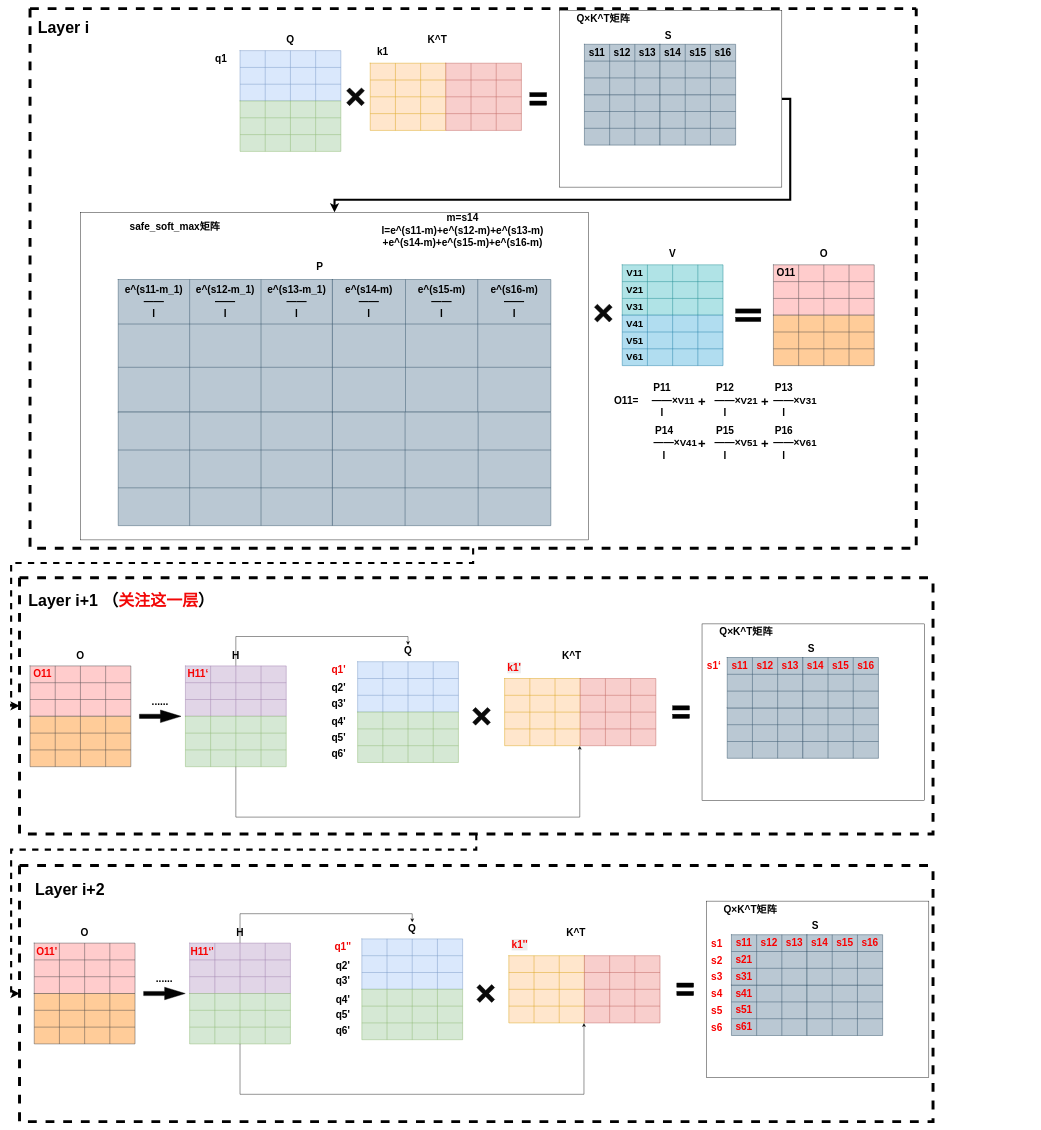
This is drawio_images/qkv.drawio from zty-king/zty-king, a draw.io file, before an edit. Source tidied: cells renumbered, new cells numbered last; positions are measured from the earlier drawing's top-left corner, leaving out a move shared by most shapes. Both pictures are drawn from the tidied source at 42%, with x=0, y=0 at pixel (19, 8).
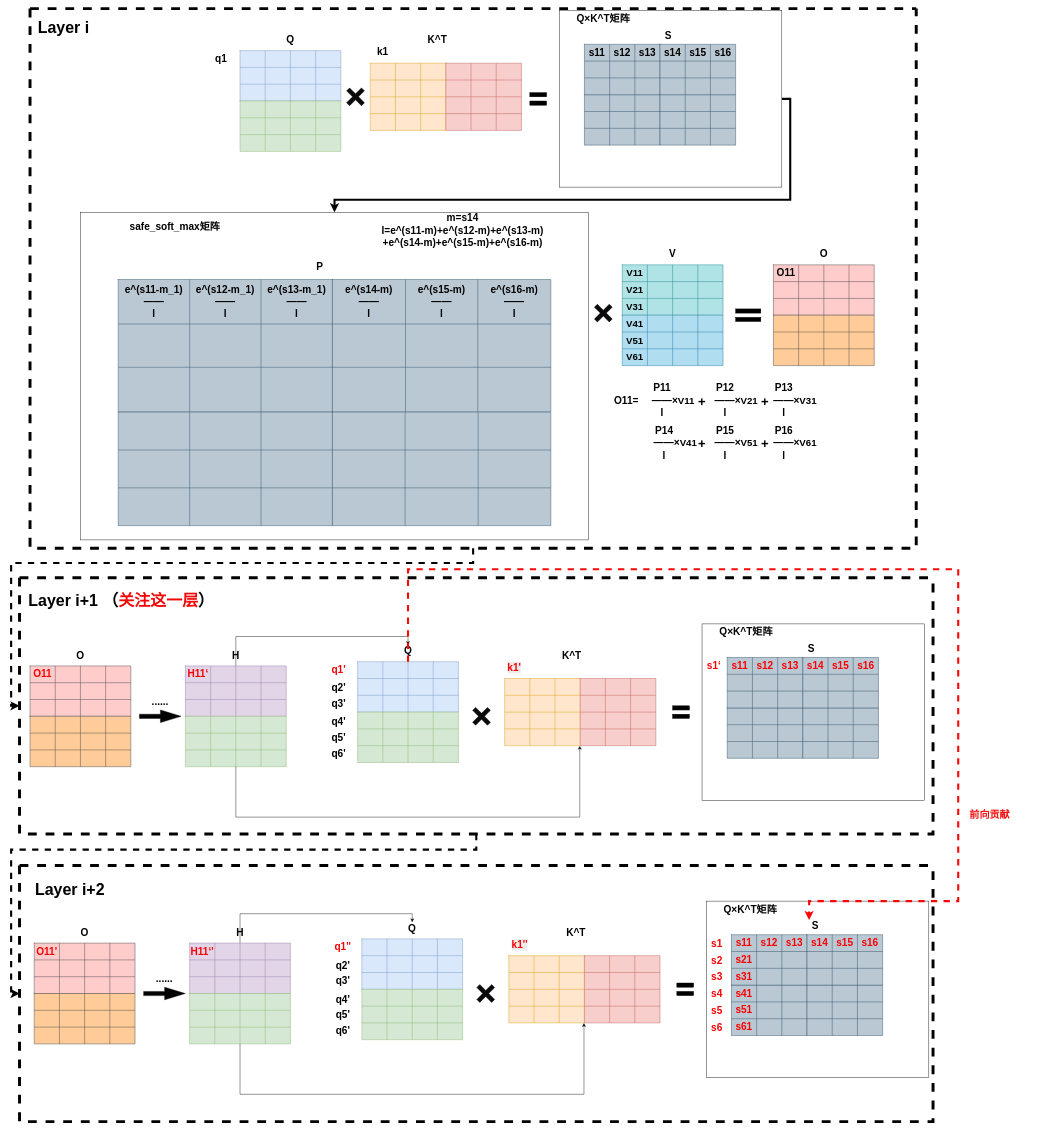
Above is the later version.

Unchanged cells that the change refers to:
```xml
<mxCell id="359" style="shape=tableRow;horizontal=0;startSize=0;swimlaneHead=0;swimlaneBody=0;strokeColor=inherit;top=0;left=0;bottom=0;right=0;fillColor=none;points=[[0,0.5],[1,0.5]];portConstraint=eastwest;fontSize=22;fontStyle=1;" parent="358" vertex="1">
  <mxGeometry width="240" height="40" as="geometry" />
</mxCell>
<mxCell id="622" value="&lt;font style=&quot;font-size: 24px;&quot;&gt;&lt;b&gt;S&lt;/b&gt;&lt;/font&gt;" style="text;html=1;whiteSpace=wrap;strokeColor=none;fillColor=none;align=center;verticalAlign=middle;rounded=0;" parent="1" vertex="1">
  <mxGeometry x="1865" y="2170" width="60" height="30" as="geometry" />
</mxCell>
```

The edit, as a diff of the source:
```diff
@@
+    <mxCell id="692" style="edgeStyle=orthogonalEdgeStyle;rounded=0;jettySize=auto;html=1;entryX=0.25;entryY=0;entryDx=0;entryDy=0;defaultLabelBackgroundColor=page;strokeWidth=5;dashed=1;strokeColor=light-dark(#f90606, #ededed);" parent="1" edge="1" source="359" target="622">
+      <mxGeometry x="-0.27" relative="1" as="geometry">
+        <Array as="points">
+          <mxPoint x="925" y="1335" />
+          <mxPoint x="2235" y="1335" />
+          <mxPoint x="2235" y="2125" />
+          <mxPoint x="1880" y="2125" />
+        </Array>
+      </mxGeometry>
+    </mxCell>
+    <mxCell id="693" value="&lt;span style=&quot;font-size: 24px;&quot;&gt;&lt;b&gt;前向贡献&lt;/b&gt;&lt;/span&gt;" style="text;html=1;whiteSpace=wrap;strokeColor=none;fillColor=none;align=center;verticalAlign=middle;rounded=0;fontColor=light-dark(#f41010, #ededed);" parent="1" vertex="1">
+      <mxGeometry x="2205" y="1905" width="210" height="30" as="geometry" />
+    </mxCell>
```
